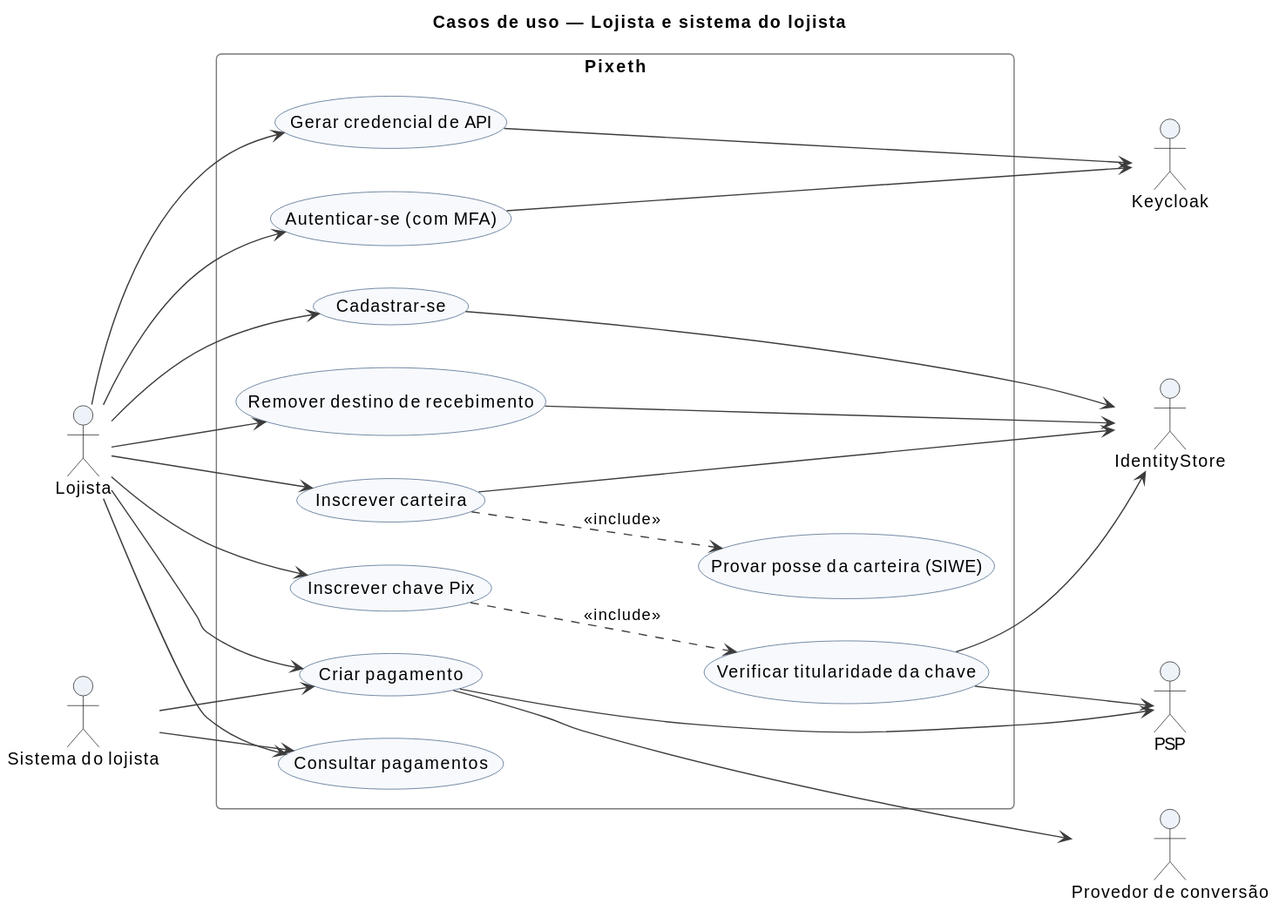
Earlier version of the PlantUML export docs/diagrams/svg/casos-de-uso/uc-lojista.svg (BrunoViotto18/Pixeth).
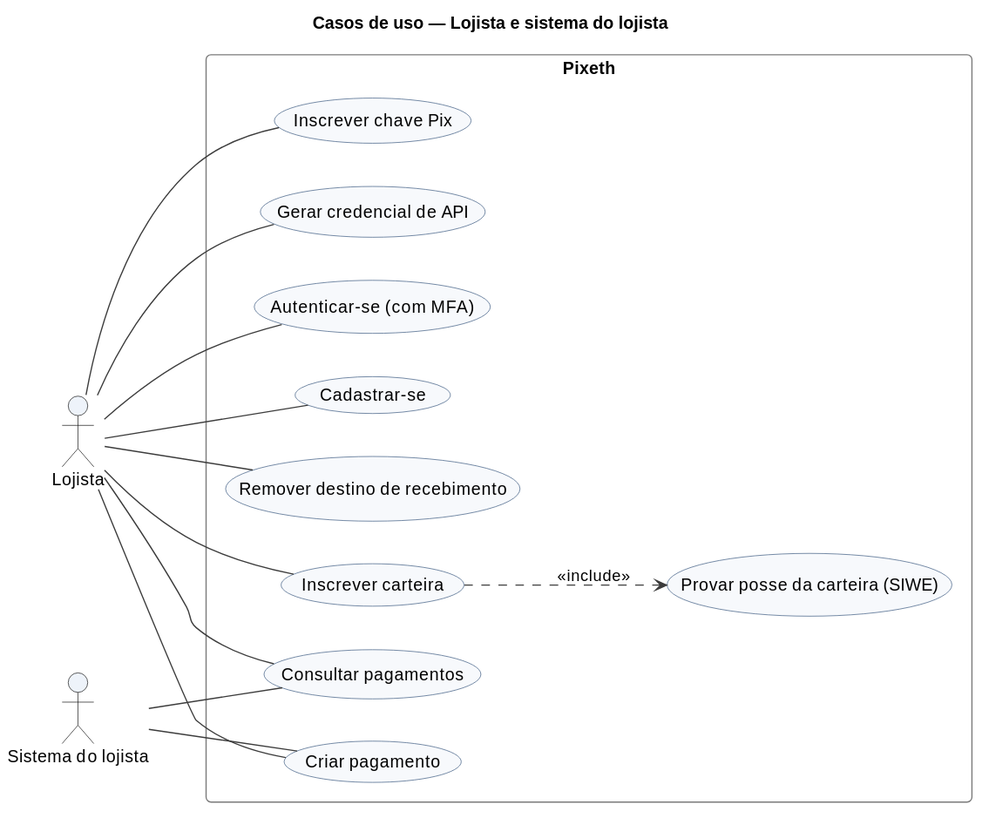
After the change.

Commit message:
feat: Update use case diagrams

What changed in the source:
```diff
@@ -9,43 +9,27 @@
 actor "Sistema do lojista" as SL
 
 rectangle "Pixeth" {
+  usecase "Gerar credencial de API" as UC_Credencial
+  usecase "Autenticar-se (com MFA)" as UC_Login
+  usecase "Cadastrar-se" as UC_Cadastro
   usecase "Remover destino de recebimento" as UC_Remover
-  usecase "Consultar pagamentos" as UC_Consultar
-  usecase "Inscrever chave Pix" as UC_ChavePix
-  usecase "Verificar titularidade da chave" as UC_Titular
-  usecase "Autenticar-se (com MFA)" as UC_Login
-  usecase "Gerar credencial de API" as UC_Credencial
   usecase "Inscrever carteira" as UC_Carteira
   usecase "Provar posse da carteira (SIWE)" as UC_Siwe
-  usecase "Cadastrar-se" as UC_Cadastro
+  usecase "Inscrever chave Pix" as UC_ChavePix
   usecase "Criar pagamento" as UC_Criar
+  usecase "Consultar pagamentos" as UC_Consultar
 }
 
-actor "Keycloak" as KC
-actor "PSP" as PSP
-actor "IdentityStore" as IDS
-actor "Provedor de conversão" as PC
-
-L --> UC_Login
-L --> UC_Credencial
-L --> UC_Cadastro
-L --> UC_Remover
-L --> UC_Carteira
-L --> UC_ChavePix
-L --> UC_Criar
-L --> UC_Consultar
-SL --> UC_Criar
-SL --> UC_Consultar
+L -- UC_Credencial
+L -- UC_Login
+L -- UC_Cadastro
+L -- UC_Remover
+L -- UC_Carteira
+L -- UC_ChavePix
+L -- UC_Criar
+L -- UC_Consultar
+SL -- UC_Criar
+SL -- UC_Consultar
 
 UC_Carteira ..> UC_Siwe : <<include>>
-UC_ChavePix ..> UC_Titular : <<include>>
-UC_Login ---> KC
-UC_Credencial ---> KC
-UC_Cadastro ---> IDS
-UC_Remover ---> IDS
-UC_Carteira ---> IDS
-UC_Titular --> IDS
-UC_Titular --> PSP
-UC_Criar ---> PSP
-UC_Criar ---> PC
 @enduml
```
